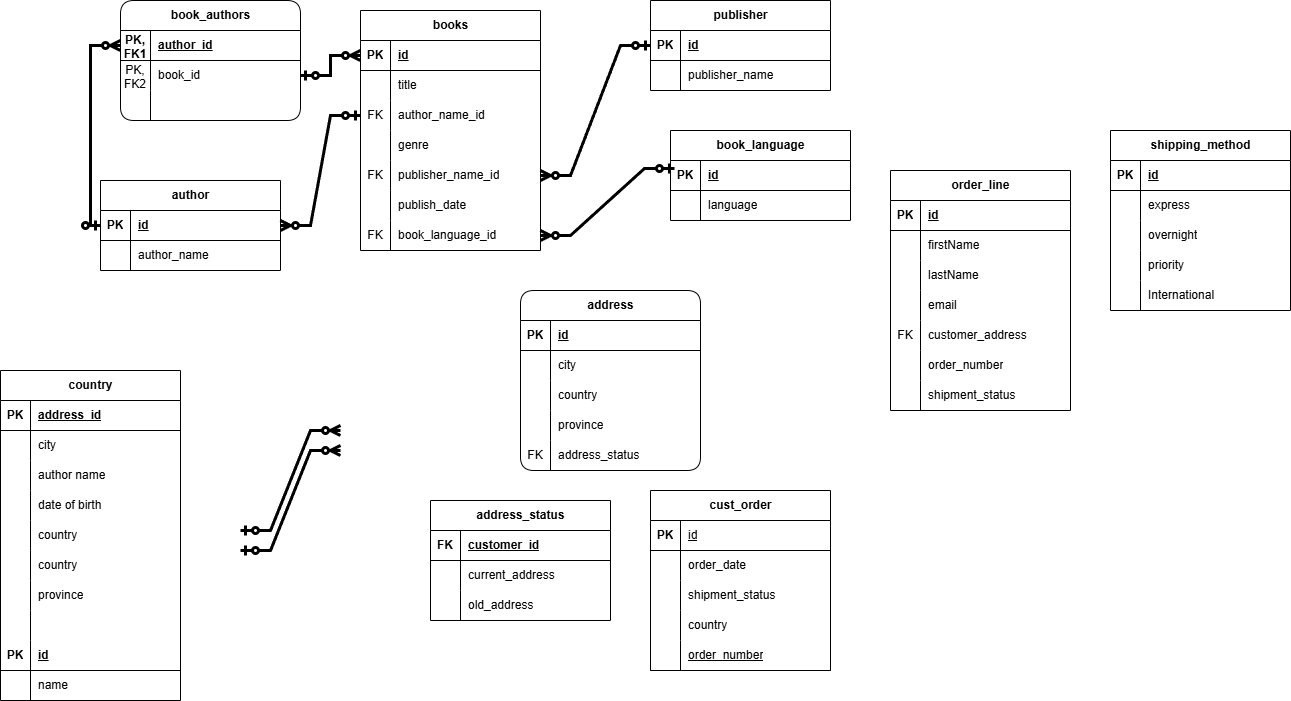
Above: Bookstore_Database.drawio.png in the7thsage376/Bookstore_Database (draw.io), before the change. Source tidied: cells renumbered, new cells last; positions are measured from the earlier drawing's top-left corner, leaving out a move shared by most shapes.
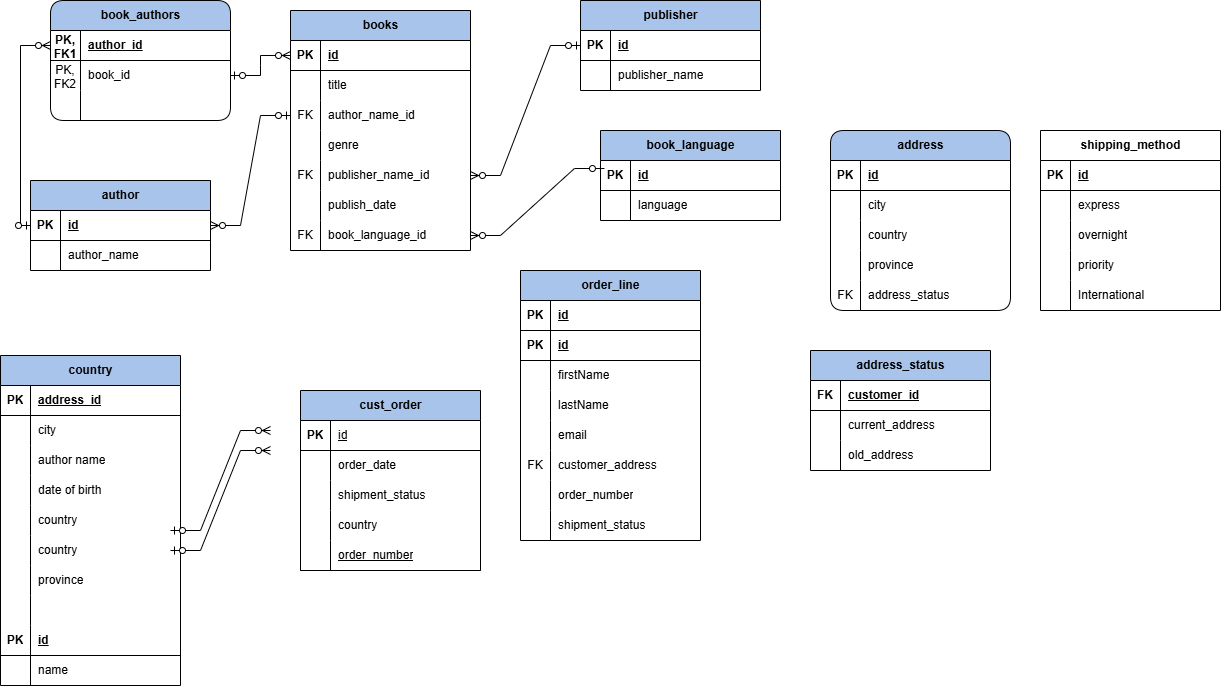
The same file after the commit.

The edit, as a diff of the source:
```diff
@@ -2,7 +2,7 @@
   <root>
     <mxCell id="0" />
     <mxCell id="1" parent="0" />
-    <mxCell id="2" value="book_authors" style="shape=table;startSize=30;rowLines=0;fontStyle=1;align=center;html=1;rounded=1;" parent="1" vertex="1">
+    <mxCell id="2" value="book_authors" style="shape=table;startSize=30;rowLines=0;fontStyle=1;align=center;html=1;rounded=1;fillColor=#A9C4EB;" parent="1" vertex="1">
       <mxGeometry x="120" width="180" height="120" as="geometry" />
     </mxCell>
     <mxCell id="3" style="shape=tableRow;horizontal=0;startSize=0;swimlaneHead=0;swimlaneBody=0;fillColor=none;points=[[0,0.5],[1,0.5]];portConstraint=eastwest;top=0;left=0;right=0;bottom=1;" parent="2" vertex="1">
@@ -32,8 +32,8 @@
     <mxCell id="11" style="shape=partialRectangle;fillColor=none;top=0;left=0;bottom=0;right=0;align=left;spacingLeft=6;overflow=hidden;whiteSpace=wrap;html=1;" parent="9" vertex="1">
       <mxGeometry x="30" width="150" height="30" as="geometry" />
     </mxCell>
-    <mxCell id="12" value="address_status" style="shape=table;startSize=30;rowLines=0;fontStyle=1;align=center;html=1;" parent="1" vertex="1">
-      <mxGeometry x="430" y="500" width="180" height="120" as="geometry" />
+    <mxCell id="12" value="address_status" style="shape=table;startSize=30;rowLines=0;fontStyle=1;align=center;html=1;fillColor=#A9C4EB;" parent="1" vertex="1">
+      <mxGeometry x="880" y="350" width="180" height="120" as="geometry" />
     </mxCell>
     <mxCell id="13" style="shape=tableRow;horizontal=0;startSize=0;swimlaneHead=0;swimlaneBody=0;fillColor=none;top=0;left=0;right=0;bottom=1;" parent="12" vertex="1">
       <mxGeometry y="30" width="180" height="30" as="geometry" />
@@ -62,7 +62,7 @@
     <mxCell id="21" value="old_address" style="shape=partialRectangle;fillColor=none;top=0;left=0;bottom=0;right=0;align=left;spacingLeft=6;overflow=hidden;whiteSpace=wrap;html=1;" parent="19" vertex="1">
       <mxGeometry x="30" width="150" height="30" as="geometry" />
     </mxCell>
-    <mxCell id="22" value="book_language" style="shape=table;startSize=30;rowLines=0;fontStyle=1;align=center;html=1;" parent="1" vertex="1">
+    <mxCell id="22" value="book_language" style="shape=table;startSize=30;rowLines=0;fontStyle=1;align=center;html=1;fillColor=#A9C4EB;" parent="1" vertex="1">
       <mxGeometry x="670" y="130" width="180" height="90" as="geometry" />
     </mxCell>
     <mxCell id="23" style="shape=tableRow;horizontal=0;startSize=0;swimlaneHead=0;swimlaneBody=0;fillColor=none;points=[[0,0.5],[1,0.5]];portConstraint=eastwest;top=0;left=0;right=0;bottom=1;" parent="22" vertex="1">
@@ -83,7 +83,7 @@
     <mxCell id="28" value="language" style="shape=partialRectangle;fillColor=none;top=0;left=0;bottom=0;right=0;align=left;spacingLeft=6;overflow=hidden;whiteSpace=wrap;html=1;" parent="26" vertex="1">
       <mxGeometry x="30" width="150" height="30" as="geometry" />
     </mxCell>
-    <mxCell id="29" value="publisher" style="shape=table;startSize=30;rowLines=0;fontStyle=1;align=center;html=1;" parent="1" vertex="1">
+    <mxCell id="29" value="publisher" style="shape=table;startSize=30;rowLines=0;fontStyle=1;align=center;html=1;fillColor=#A9C4EB;" parent="1" vertex="1">
       <mxGeometry x="650" width="180" height="90" as="geometry" />
     </mxCell>
     <mxCell id="30" style="shape=tableRow;horizontal=0;startSize=0;swimlaneHead=0;swimlaneBody=0;fillColor=none;points=[[0,0.5],[1,0.5]];portConstraint=eastwest;top=0;left=0;right=0;bottom=1;" parent="29" vertex="1">
@@ -104,11 +104,20 @@
     <mxCell id="35" value="publisher_name" style="shape=partialRectangle;fillColor=none;top=0;left=0;bottom=0;right=0;align=left;spacingLeft=6;overflow=hidden;whiteSpace=wrap;html=1;" parent="33" vertex="1">
       <mxGeometry x="30" width="150" height="30" as="geometry" />
     </mxCell>
-    <mxCell id="36" value="order_line" style="shape=table;startSize=30;rowLines=0;fontStyle=1;align=center;html=1;" parent="1" vertex="1">
-      <mxGeometry x="890" y="170" width="180" height="240" as="geometry" />
+    <mxCell id="36" value="order_line" style="shape=table;startSize=30;rowLines=0;fontStyle=1;align=center;html=1;fillColor=#A9C4EB;" parent="1" vertex="1">
+      <mxGeometry x="590" y="270" width="180" height="270" as="geometry" />
     </mxCell>
+    <mxCell id="173" style="shape=tableRow;horizontal=0;startSize=0;swimlaneHead=0;swimlaneBody=0;fillColor=none;top=0;left=0;right=0;bottom=1;" parent="36" vertex="1">
+      <mxGeometry y="30" width="180" height="30" as="geometry" />
+    </mxCell>
+    <mxCell id="174" value="PK" style="shape=partialRectangle;fillColor=none;top=0;left=0;bottom=0;right=0;fontStyle=1;overflow=hidden;whiteSpace=wrap;html=1;" parent="173" vertex="1">
+      <mxGeometry width="30" height="30" as="geometry" />
+    </mxCell>
+    <mxCell id="175" value="id" style="shape=partialRectangle;fillColor=none;top=0;left=0;bottom=0;right=0;align=left;spacingLeft=6;fontStyle=5;overflow=hidden;whiteSpace=wrap;html=1;" parent="173" vertex="1">
+      <mxGeometry x="30" width="150" height="30" as="geometry" />
+    </mxCell>
     <mxCell id="37" style="shape=tableRow;horizontal=0;startSize=0;swimlaneHead=0;swimlaneBody=0;fillColor=none;top=0;left=0;right=0;bottom=1;" parent="36" vertex="1">
-      <mxGeometry y="30" width="180" height="30" as="geometry" />
+      <mxGeometry y="60" width="180" height="30" as="geometry" />
     </mxCell>
     <mxCell id="38" value="PK" style="shape=partialRectangle;fillColor=none;top=0;left=0;bottom=0;right=0;fontStyle=1;overflow=hidden;whiteSpace=wrap;html=1;" parent="37" vertex="1">
       <mxGeometry width="30" height="30" as="geometry" />
@@ -117,7 +126,7 @@
       <mxGeometry x="30" width="150" height="30" as="geometry" />
     </mxCell>
     <mxCell id="40" style="shape=tableRow;horizontal=0;startSize=0;swimlaneHead=0;swimlaneBody=0;fillColor=none;top=0;left=0;right=0;bottom=0;" parent="36" vertex="1">
-      <mxGeometry y="60" width="180" height="30" as="geometry" />
+      <mxGeometry y="90" width="180" height="30" as="geometry" />
     </mxCell>
     <mxCell id="41" style="shape=partialRectangle;fillColor=none;top=0;left=0;bottom=0;right=0;overflow=hidden;whiteSpace=wrap;html=1;" parent="40" vertex="1">
       <mxGeometry width="30" height="30" as="geometry" />
@@ -126,7 +135,7 @@
       <mxGeometry x="30" width="150" height="30" as="geometry" />
     </mxCell>
     <mxCell id="43" style="shape=tableRow;horizontal=0;startSize=0;swimlaneHead=0;swimlaneBody=0;fillColor=none;top=0;left=0;right=0;bottom=0;" parent="36" vertex="1">
-      <mxGeometry y="90" width="180" height="30" as="geometry" />
+      <mxGeometry y="120" width="180" height="30" as="geometry" />
     </mxCell>
     <mxCell id="44" style="shape=partialRectangle;fillColor=none;top=0;left=0;bottom=0;right=0;overflow=hidden;whiteSpace=wrap;html=1;" parent="43" vertex="1">
       <mxGeometry width="30" height="30" as="geometry" />
@@ -135,7 +144,7 @@
       <mxGeometry x="30" width="150" height="30" as="geometry" />
     </mxCell>
     <mxCell id="46" style="shape=tableRow;horizontal=0;startSize=0;swimlaneHead=0;swimlaneBody=0;fillColor=none;top=0;left=0;right=0;bottom=0;" parent="36" vertex="1">
-      <mxGeometry y="120" width="180" height="30" as="geometry" />
+      <mxGeometry y="150" width="180" height="30" as="geometry" />
     </mxCell>
     <mxCell id="47" style="shape=partialRectangle;fillColor=none;top=0;left=0;bottom=0;right=0;overflow=hidden;whiteSpace=wrap;html=1;" parent="46" vertex="1">
       <mxGeometry width="30" height="30" as="geometry" />
@@ -144,7 +153,7 @@
       <mxGeometry x="30" width="150" height="30" as="geometry" />
     </mxCell>
     <mxCell id="49" style="shape=tableRow;horizontal=0;startSize=0;swimlaneHead=0;swimlaneBody=0;fillColor=none;top=0;left=0;right=0;bottom=0;" parent="36" vertex="1">
-      <mxGeometry y="150" width="180" height="30" as="geometry" />
+      <mxGeometry y="180" width="180" height="30" as="geometry" />
     </mxCell>
     <mxCell id="50" value="FK" style="shape=partialRectangle;fillColor=none;top=0;left=0;bottom=0;right=0;overflow=hidden;whiteSpace=wrap;html=1;" parent="49" vertex="1">
       <mxGeometry width="30" height="30" as="geometry" />
@@ -153,7 +162,7 @@
       <mxGeometry x="30" width="150" height="30" as="geometry" />
     </mxCell>
     <mxCell id="52" style="shape=tableRow;horizontal=0;startSize=0;swimlaneHead=0;swimlaneBody=0;fillColor=none;top=0;left=0;right=0;bottom=0;" parent="36" vertex="1">
-      <mxGeometry y="180" width="180" height="30" as="geometry" />
+      <mxGeometry y="210" width="180" height="30" as="geometry" />
     </mxCell>
     <mxCell id="53" style="shape=partialRectangle;fillColor=none;top=0;left=0;bottom=0;right=0;overflow=hidden;whiteSpace=wrap;html=1;" parent="52" vertex="1">
       <mxGeometry width="30" height="30" as="geometry" />
@@ -162,7 +171,7 @@
       <mxGeometry x="30" width="150" height="30" as="geometry" />
     </mxCell>
     <mxCell id="55" style="shape=tableRow;horizontal=0;startSize=0;swimlaneHead=0;swimlaneBody=0;fillColor=none;top=0;left=0;right=0;bottom=0;" parent="36" vertex="1">
-      <mxGeometry y="210" width="180" height="30" as="geometry" />
+      <mxGeometry y="240" width="180" height="30" as="geometry" />
     </mxCell>
     <mxCell id="56" style="shape=partialRectangle;fillColor=none;top=0;left=0;bottom=0;right=0;overflow=hidden;whiteSpace=wrap;html=1;" parent="55" vertex="1">
       <mxGeometry width="30" height="30" as="geometry" />
@@ -170,8 +179,8 @@
     <mxCell id="57" value="shipment_status" style="shape=partialRectangle;fillColor=none;top=0;left=0;bottom=0;right=0;align=left;spacingLeft=6;overflow=hidden;whiteSpace=wrap;html=1;" parent="55" vertex="1">
       <mxGeometry x="30" width="150" height="30" as="geometry" />
     </mxCell>
-    <mxCell id="58" value="cust_order" style="shape=table;startSize=30;rowLines=0;fontStyle=1;align=center;html=1;" parent="1" vertex="1">
-      <mxGeometry x="650" y="490" width="180" height="180" as="geometry" />
+    <mxCell id="58" value="cust_order" style="shape=table;startSize=30;rowLines=0;fontStyle=1;align=center;html=1;fillColor=#A9C4EB;" parent="1" vertex="1">
+      <mxGeometry x="370" y="390" width="180" height="180" as="geometry" />
     </mxCell>
     <mxCell id="59" style="shape=tableRow;horizontal=0;startSize=0;swimlaneHead=0;swimlaneBody=0;fillColor=none;top=0;left=0;right=0;bottom=1;" parent="58" vertex="1">
       <mxGeometry y="30" width="180" height="30" as="geometry" />
@@ -218,8 +227,8 @@
     <mxCell id="73" value="&lt;span style=&quot;font-weight: 400;&quot;&gt;order_number&lt;/span&gt;" style="shape=partialRectangle;fillColor=none;top=0;left=0;bottom=0;right=0;align=left;spacingLeft=6;fontStyle=5;overflow=hidden;whiteSpace=wrap;html=1;" parent="71" vertex="1">
       <mxGeometry x="30" width="150" height="30" as="geometry" />
     </mxCell>
-    <mxCell id="74" value="country" style="shape=table;startSize=30;rowLines=0;fontStyle=1;align=center;html=1;" parent="1" vertex="1">
-      <mxGeometry y="370" width="180" height="330" as="geometry" />
+    <mxCell id="74" value="country" style="shape=table;startSize=30;rowLines=0;fontStyle=1;align=center;html=1;fillColor=#A9C4EB;" parent="1" vertex="1">
+      <mxGeometry x="70" y="355" width="180" height="330" as="geometry" />
     </mxCell>
     <mxCell id="75" style="shape=tableRow;horizontal=0;startSize=0;swimlaneHead=0;swimlaneBody=0;fillColor=none;top=0;left=0;right=0;bottom=1;" parent="74" vertex="1">
       <mxGeometry y="30" width="180" height="30" as="geometry" />
@@ -359,7 +368,7 @@
     <mxCell id="120" value="International" style="shape=partialRectangle;fillColor=none;top=0;left=0;bottom=0;right=0;align=left;spacingLeft=6;overflow=hidden;whiteSpace=wrap;html=1;" parent="118" vertex="1">
       <mxGeometry x="30" width="150" height="30" as="geometry" />
     </mxCell>
-    <mxCell id="121" value="books" style="shape=table;startSize=30;rowLines=0;fontStyle=1;align=center;html=1;" parent="1" vertex="1">
+    <mxCell id="121" value="books" style="shape=table;startSize=30;rowLines=0;fontStyle=1;align=center;html=1;fillColor=#A9C4EB;" parent="1" vertex="1">
       <mxGeometry x="360" y="10" width="180" height="240" as="geometry" />
     </mxCell>
     <mxCell id="122" style="shape=tableRow;horizontal=0;startSize=0;swimlaneHead=0;swimlaneBody=0;fillColor=none;points=[[0,0.5],[1,0.5]];portConstraint=eastwest;top=0;left=0;right=0;bottom=1;" parent="121" vertex="1">
@@ -425,23 +434,23 @@
     <mxCell id="142" value="book_language_id" style="shape=partialRectangle;fillColor=none;top=0;left=0;bottom=0;right=0;align=left;spacingLeft=6;overflow=hidden;whiteSpace=wrap;html=1;" parent="140" vertex="1">
       <mxGeometry x="30" width="150" height="30" as="geometry" />
     </mxCell>
-    <mxCell id="143" style="edgeStyle=entityRelationEdgeStyle;fontSize=12;html=1;endArrow=ERzeroToMany;startArrow=ERzeroToOne;rounded=0;strokeWidth=3;entryX=1;entryY=0.5;entryDx=0;entryDy=0;" parent="1" edge="1" source="128" target="148">
+    <mxCell id="143" style="edgeStyle=entityRelationEdgeStyle;fontSize=12;html=1;endArrow=ERzeroToMany;startArrow=ERzeroToOne;rounded=0;strokeWidth=1;entryX=1;entryY=0.5;entryDx=0;entryDy=0;" parent="1" edge="1" source="128" target="148">
       <mxGeometry relative="1" as="geometry" />
     </mxCell>
-    <mxCell id="144" style="fontSize=12;html=1;endArrow=ERzeroToMany;startArrow=ERzeroToOne;rounded=0;strokeWidth=3;strokeColor=default;exitX=0;exitY=0.5;exitDx=0;exitDy=0;elbow=vertical;edgeStyle=orthogonalEdgeStyle;" parent="1" edge="1" source="148" target="3">
+    <mxCell id="144" style="fontSize=12;html=1;endArrow=ERzeroToMany;startArrow=ERzeroToOne;rounded=0;strokeWidth=1;strokeColor=default;exitX=0;exitY=0.5;exitDx=0;exitDy=0;elbow=vertical;edgeStyle=orthogonalEdgeStyle;" parent="1" edge="1" source="148" target="3">
       <mxGeometry relative="1" as="geometry" />
     </mxCell>
-    <mxCell id="145" style="edgeStyle=entityRelationEdgeStyle;fontSize=12;html=1;endArrow=ERzeroToMany;startArrow=ERzeroToOne;rounded=0;strokeWidth=3;exitX=0;exitY=0.5;exitDx=0;exitDy=0;" parent="1" edge="1" source="30" target="134">
+    <mxCell id="145" style="edgeStyle=entityRelationEdgeStyle;fontSize=12;html=1;endArrow=ERzeroToMany;startArrow=ERzeroToOne;rounded=0;strokeWidth=1;exitX=0;exitY=0.5;exitDx=0;exitDy=0;" parent="1" edge="1" source="30" target="134">
       <mxGeometry relative="1" as="geometry">
         <Array as="points">
           <mxPoint x="620" y="60" />
         </Array>
       </mxGeometry>
     </mxCell>
-    <mxCell id="146" style="edgeStyle=entityRelationEdgeStyle;fontSize=12;html=1;endArrow=ERzeroToMany;startArrow=ERzeroToOne;rounded=0;strokeWidth=3;entryX=1;entryY=0.5;entryDx=0;entryDy=0;exitX=0.022;exitY=0.267;exitDx=0;exitDy=0;exitPerimeter=0;" parent="1" edge="1" source="23" target="140">
+    <mxCell id="146" style="edgeStyle=entityRelationEdgeStyle;fontSize=12;html=1;endArrow=ERzeroToMany;startArrow=ERzeroToOne;rounded=0;strokeWidth=1;entryX=1;entryY=0.5;entryDx=0;entryDy=0;exitX=0.022;exitY=0.267;exitDx=0;exitDy=0;exitPerimeter=0;" parent="1" edge="1" source="23" target="140">
       <mxGeometry relative="1" as="geometry" />
     </mxCell>
-    <mxCell id="147" value="author" style="shape=table;startSize=30;rowLines=0;fontStyle=1;align=center;html=1;" parent="1" vertex="1">
+    <mxCell id="147" value="author" style="shape=table;startSize=30;rowLines=0;fontStyle=1;align=center;html=1;fillColor=#A9C4EB;" parent="1" vertex="1">
       <mxGeometry x="100" y="180" width="180" height="90" as="geometry" />
     </mxCell>
     <mxCell id="148" style="shape=tableRow;horizontal=0;startSize=0;swimlaneHead=0;swimlaneBody=0;fillColor=none;points=[[0,0.5],[1,0.5]];portConstraint=eastwest;top=0;left=0;right=0;bottom=1;" parent="147" vertex="1">
@@ -462,8 +471,8 @@
     <mxCell id="153" value="author_name" style="shape=partialRectangle;fillColor=none;top=0;left=0;bottom=0;right=0;align=left;spacingLeft=6;overflow=hidden;whiteSpace=wrap;html=1;" parent="151" vertex="1">
       <mxGeometry x="30" width="150" height="30" as="geometry" />
     </mxCell>
-    <mxCell id="154" value="address" style="shape=table;startSize=30;rowLines=0;fontStyle=1;align=center;html=1;rounded=1;" parent="1" vertex="1">
-      <mxGeometry x="520" y="290" width="180" height="180" as="geometry" />
+    <mxCell id="154" value="address" style="shape=table;startSize=30;rowLines=0;fontStyle=1;align=center;html=1;rounded=1;fillColor=#A9C4EB;" parent="1" vertex="1">
+      <mxGeometry x="900" y="130" width="180" height="180" as="geometry" />
     </mxCell>
     <mxCell id="155" style="shape=tableRow;horizontal=0;startSize=0;swimlaneHead=0;swimlaneBody=0;fillColor=none;top=0;left=0;right=0;bottom=1;" parent="154" vertex="1">
       <mxGeometry y="30" width="180" height="30" as="geometry" />
@@ -510,16 +519,16 @@
     <mxCell id="169" value="address_status" style="shape=partialRectangle;fillColor=none;top=0;left=0;bottom=0;right=0;align=left;spacingLeft=6;overflow=hidden;whiteSpace=wrap;html=1;" parent="167" vertex="1">
       <mxGeometry x="30" width="150" height="30" as="geometry" />
     </mxCell>
-    <mxCell id="170" style="edgeStyle=entityRelationEdgeStyle;fontSize=12;html=1;endArrow=ERzeroToMany;startArrow=ERzeroToOne;rounded=0;strokeWidth=3;" parent="1" edge="1" source="6" target="122">
+    <mxCell id="170" style="edgeStyle=entityRelationEdgeStyle;fontSize=12;html=1;endArrow=ERzeroToMany;startArrow=ERzeroToOne;rounded=0;strokeWidth=1;" parent="1" edge="1" source="6" target="122">
       <mxGeometry relative="1" as="geometry" />
     </mxCell>
-    <mxCell id="171" style="edgeStyle=entityRelationEdgeStyle;fontSize=12;html=1;endArrow=ERzeroToMany;startArrow=ERzeroToOne;rounded=0;strokeWidth=3;" parent="1" edge="1">
+    <mxCell id="171" style="edgeStyle=entityRelationEdgeStyle;fontSize=12;html=1;endArrow=ERzeroToMany;startArrow=ERzeroToOne;rounded=0;strokeWidth=1;" parent="1" edge="1">
       <mxGeometry relative="1" as="geometry">
         <mxPoint x="240" y="530" as="sourcePoint" />
         <mxPoint x="340" y="430" as="targetPoint" />
       </mxGeometry>
     </mxCell>
-    <mxCell id="172" style="edgeStyle=entityRelationEdgeStyle;fontSize=12;html=1;endArrow=ERzeroToMany;startArrow=ERzeroToOne;rounded=0;strokeWidth=3;" parent="1" edge="1">
+    <mxCell id="172" style="edgeStyle=entityRelationEdgeStyle;fontSize=12;html=1;endArrow=ERzeroToMany;startArrow=ERzeroToOne;rounded=0;strokeWidth=1;" parent="1" edge="1">
       <mxGeometry relative="1" as="geometry">
         <mxPoint x="240" y="550" as="sourcePoint" />
         <mxPoint x="340" y="450" as="targetPoint" />
```
